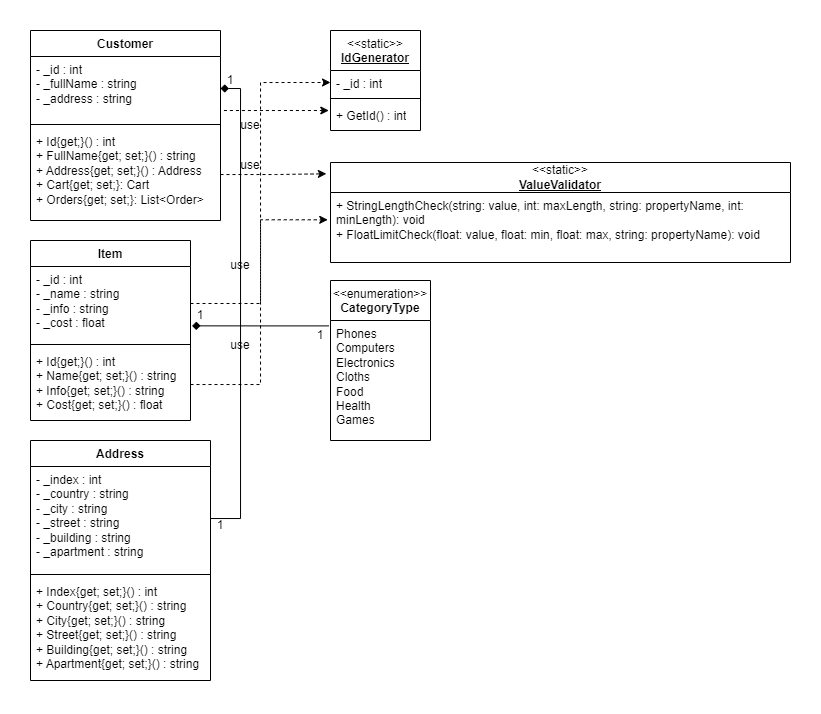
Before: oop-winform/Diagram.drawio.png, a diagram exported from draw.io (antoniocra04/oop-winform). Source tidied: cells renumbered, new cells last; positions are measured from the earlier drawing's top-left corner, leaving out a move shared by most shapes.
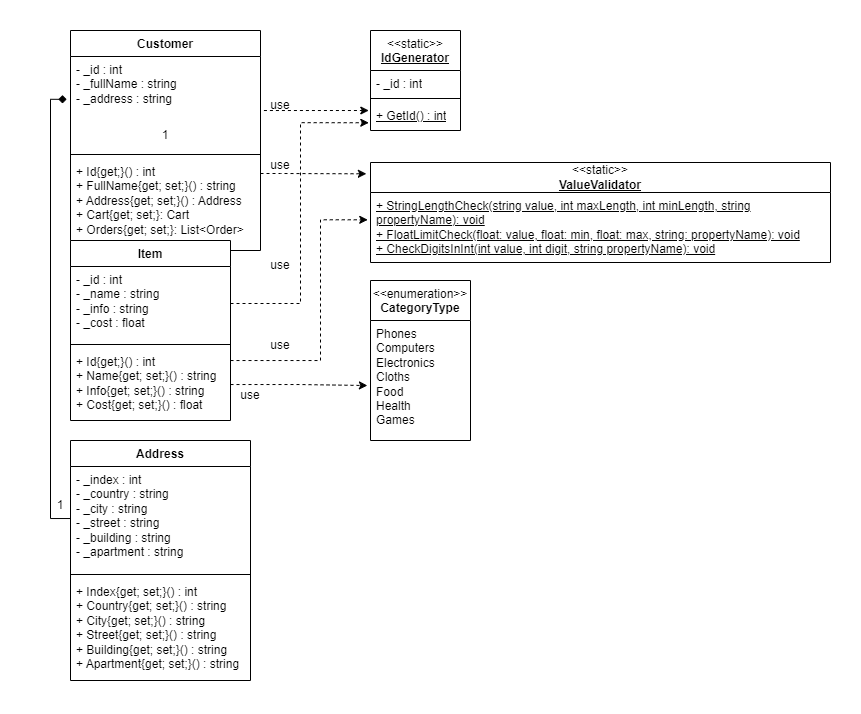
After the change.

Diff of the diagram source:
```diff
@@ -3,16 +3,19 @@
     <mxCell id="0" />
     <mxCell id="1" parent="0" />
     <mxCell id="2" value="Customer" style="swimlane;fontStyle=1;align=center;verticalAlign=top;horizontal=1;startSize=26;whiteSpace=wrap;html=1;" parent="1" vertex="1">
-      <mxGeometry width="190" height="190" as="geometry" />
+      <mxGeometry width="190" height="220" as="geometry" />
     </mxCell>
     <mxCell id="3" value="- _id : int&lt;br&gt;- _fullName : string&lt;br&gt;- _address : string" style="text;strokeColor=none;fillColor=none;align=left;verticalAlign=top;spacingLeft=4;spacingRight=4;overflow=hidden;points=[[0,0.5],[1,0.5]];portConstraint=eastwest;whiteSpace=wrap;html=1;" parent="2" vertex="1">
       <mxGeometry y="26" width="190" height="64" as="geometry" />
     </mxCell>
+    <mxCell id="34" value="1" style="text;html=1;align=center;verticalAlign=middle;whiteSpace=wrap;rounded=0;" parent="2" vertex="1">
+      <mxGeometry y="90" width="190" height="30" as="geometry" />
+    </mxCell>
     <mxCell id="4" style="line;strokeWidth=1;fillColor=none;align=left;verticalAlign=middle;spacingTop=-1;spacingLeft=3;spacingRight=3;labelPosition=right;strokeColor=inherit;" parent="2" vertex="1">
-      <mxGeometry y="90" width="190" height="8" as="geometry" />
+      <mxGeometry y="120" width="190" height="8" as="geometry" />
     </mxCell>
     <mxCell id="5" value="+ Id{get;}() : int&lt;br&gt;+ FullName{get; set;}() : string&lt;br&gt;+ Address{get; set;}() : Address&lt;div&gt;+ Cart{get; set;}: Cart&lt;/div&gt;&lt;div&gt;+ Orders{get; set;}: List&amp;lt;Order&amp;gt;&lt;/div&gt;" style="text;strokeColor=none;fillColor=none;align=left;verticalAlign=top;spacingLeft=4;spacingRight=4;overflow=hidden;points=[[0,0.5],[1,0.5]];portConstraint=eastwest;whiteSpace=wrap;html=1;" parent="2" vertex="1">
-      <mxGeometry y="98" width="190" height="92" as="geometry" />
+      <mxGeometry y="128" width="190" height="92" as="geometry" />
     </mxCell>
     <mxCell id="6" value="Item" style="swimlane;fontStyle=1;align=center;verticalAlign=top;horizontal=1;startSize=26;whiteSpace=wrap;html=1;" parent="1" vertex="1">
       <mxGeometry y="210" width="160" height="180" as="geometry" />
@@ -35,25 +38,35 @@
     <mxCell id="12" style="line;strokeWidth=1;fillColor=none;align=left;verticalAlign=middle;spacingTop=-1;spacingLeft=3;spacingRight=3;labelPosition=right;strokeColor=inherit;" parent="10" vertex="1">
       <mxGeometry y="64" width="90" height="8" as="geometry" />
     </mxCell>
-    <mxCell id="13" value="+ GetId() : int" style="text;strokeColor=none;fillColor=none;align=left;verticalAlign=top;spacingLeft=4;spacingRight=4;overflow=hidden;points=[[0,0.5],[1,0.5]];portConstraint=eastwest;whiteSpace=wrap;html=1;" parent="10" vertex="1">
+    <mxCell id="13" value="&lt;u&gt;+ GetId() : int&lt;/u&gt;" style="text;strokeColor=none;fillColor=none;align=left;verticalAlign=top;spacingLeft=4;spacingRight=4;overflow=hidden;points=[[0,0.5],[1,0.5]];portConstraint=eastwest;whiteSpace=wrap;html=1;" parent="10" vertex="1">
       <mxGeometry y="72" width="90" height="28" as="geometry" />
     </mxCell>
     <mxCell id="14" value="&amp;lt;&amp;lt;static&amp;gt;&amp;gt;&lt;br&gt;&lt;b&gt;&lt;u&gt;ValueValidator&lt;/u&gt;&lt;/b&gt;" style="swimlane;fontStyle=0;horizontal=1;startSize=30;fillColor=none;whiteSpace=wrap;html=1;" parent="1" vertex="1">
       <mxGeometry x="300" y="132" width="460" height="100" as="geometry" />
     </mxCell>
-    <mxCell id="15" value="&lt;div&gt;+ StringLengthCheck(string: value, int: maxLength, string: propertyName, int: minLength): void&lt;br&gt;&lt;/div&gt;&lt;div&gt;+ FloatLimitCheck(float: value, float: min, float: max, string: propertyName): void&lt;br&gt;&lt;/div&gt;&lt;div&gt;&lt;br&gt;&lt;/div&gt;" style="text;strokeColor=none;fillColor=none;align=left;verticalAlign=top;spacingLeft=4;spacingRight=4;overflow=hidden;points=[[0,0.5],[1,0.5]];portConstraint=eastwest;whiteSpace=wrap;html=1;" parent="14" vertex="1">
+    <mxCell id="15" value="&lt;div&gt;&lt;u&gt;+ StringLengthCheck(string value, int maxLength, int minLength, string propertyName): void&lt;br&gt;&lt;/u&gt;&lt;/div&gt;&lt;div&gt;&lt;u&gt;+ FloatLimitCheck(float: value, float: min, float: max, string: propertyName): void&lt;br&gt;&lt;/u&gt;&lt;/div&gt;&lt;div&gt;&lt;u&gt;+ CheckDigitsInInt(int value, int digit, string propertyName): void&lt;/u&gt;&lt;br&gt;&lt;/div&gt;" style="text;strokeColor=none;fillColor=none;align=left;verticalAlign=top;spacingLeft=4;spacingRight=4;overflow=hidden;points=[[0,0.5],[1,0.5]];portConstraint=eastwest;whiteSpace=wrap;html=1;" parent="14" vertex="1">
       <mxGeometry y="30" width="460" height="70" as="geometry" />
     </mxCell>
     <mxCell id="16" style="edgeStyle=orthogonalEdgeStyle;rounded=0;jettySize=auto;html=1;entryX=-0.019;entryY=0.286;entryDx=0;entryDy=0;entryPerimeter=0;dashed=1;exitX=1.018;exitY=0.844;exitDx=0;exitDy=0;exitPerimeter=0;" parent="1" edge="1" source="3" target="13">
       <mxGeometry relative="1" as="geometry" />
     </mxCell>
     <mxCell id="17" style="edgeStyle=orthogonalEdgeStyle;rounded=0;jettySize=auto;html=1;entryX=-0.009;entryY=0.113;entryDx=0;entryDy=0;entryPerimeter=0;dashed=1;" parent="1" edge="1" source="5" target="14">
-      <mxGeometry relative="1" as="geometry" />
+      <mxGeometry relative="1" as="geometry">
+        <Array as="points">
+          <mxPoint x="210" y="143" />
+          <mxPoint x="210" y="143" />
+        </Array>
+      </mxGeometry>
     </mxCell>
     <mxCell id="18" style="edgeStyle=orthogonalEdgeStyle;rounded=0;jettySize=auto;html=1;entryX=-0.006;entryY=0.39;entryDx=0;entryDy=0;entryPerimeter=0;dashed=1;" parent="1" edge="1" source="9" target="15">
-      <mxGeometry relative="1" as="geometry" />
+      <mxGeometry relative="1" as="geometry">
+        <Array as="points">
+          <mxPoint x="250" y="330" />
+          <mxPoint x="250" y="189" />
+        </Array>
+      </mxGeometry>
     </mxCell>
-    <mxCell id="19" style="edgeStyle=orthogonalEdgeStyle;rounded=0;jettySize=auto;html=1;entryX=0;entryY=0.5;entryDx=0;entryDy=0;dashed=1;" parent="1" edge="1" source="7" target="11">
+    <mxCell id="19" style="edgeStyle=orthogonalEdgeStyle;rounded=0;jettySize=auto;html=1;entryX=-0.019;entryY=0.723;entryDx=0;entryDy=0;dashed=1;entryPerimeter=0;" parent="1" edge="1" source="7" target="13">
       <mxGeometry relative="1" as="geometry" />
     </mxCell>
     <mxCell id="20" value="use" style="text;html=1;align=center;verticalAlign=middle;whiteSpace=wrap;rounded=0;" parent="1" vertex="1">
@@ -63,10 +76,10 @@
       <mxGeometry x="180" y="300" width="60" height="30" as="geometry" />
     </mxCell>
     <mxCell id="22" value="use" style="text;html=1;align=center;verticalAlign=middle;whiteSpace=wrap;rounded=0;" parent="1" vertex="1">
-      <mxGeometry x="190" y="80" width="60" height="30" as="geometry" />
+      <mxGeometry x="180" y="60" width="60" height="30" as="geometry" />
     </mxCell>
     <mxCell id="23" value="use" style="text;html=1;align=center;verticalAlign=middle;whiteSpace=wrap;rounded=0;" parent="1" vertex="1">
-      <mxGeometry x="190" y="120" width="60" height="30" as="geometry" />
+      <mxGeometry x="180" y="120" width="60" height="30" as="geometry" />
     </mxCell>
     <mxCell id="24" value="Address" style="swimlane;fontStyle=1;align=center;verticalAlign=top;horizontal=1;startSize=26;whiteSpace=wrap;html=1;" parent="1" vertex="1">
       <mxGeometry y="410" width="180" height="240" as="geometry" />
@@ -80,8 +93,13 @@
     <mxCell id="27" value="+ Index{get; set;}() : int&lt;br&gt;+ Country{get; set;}() : string&lt;br&gt;+ City{get; set;}() : string&lt;br&gt;&lt;div&gt;+ Street{get; set;}() : string&lt;/div&gt;&lt;div&gt;+ Building{get; set;}() : string&lt;/div&gt;&lt;div&gt;+ Apartment{get; set;}() : string&lt;/div&gt;" style="text;strokeColor=none;fillColor=none;align=left;verticalAlign=top;spacingLeft=4;spacingRight=4;overflow=hidden;whiteSpace=wrap;html=1;" parent="24" vertex="1">
       <mxGeometry y="138" width="180" height="102" as="geometry" />
     </mxCell>
-    <mxCell id="28" style="edgeStyle=orthogonalEdgeStyle;rounded=0;jettySize=auto;html=1;entryX=1;entryY=0.5;entryDx=0;entryDy=0;endArrow=diamond;endFill=1;" parent="1" edge="1" source="25" target="3">
-      <mxGeometry relative="1" as="geometry" />
+    <mxCell id="28" style="edgeStyle=orthogonalEdgeStyle;rounded=0;jettySize=auto;html=1;entryX=-0.02;entryY=0.669;entryDx=0;entryDy=0;endArrow=diamond;endFill=1;entryPerimeter=0;" parent="1" edge="1" source="25" target="3">
+      <mxGeometry relative="1" as="geometry">
+        <Array as="points">
+          <mxPoint x="-20" y="488" />
+          <mxPoint x="-20" y="69" />
+        </Array>
+      </mxGeometry>
     </mxCell>
     <mxCell id="29" value="&lt;span style=&quot;font-weight: normal;&quot;&gt;&amp;lt;&amp;lt;enumeration&amp;gt;&amp;gt;&lt;/span&gt;&lt;br&gt;CategoryType" style="swimlane;fontStyle=1;align=center;verticalAlign=top;horizontal=1;startSize=40;whiteSpace=wrap;html=1;" parent="1" vertex="1">
       <mxGeometry x="300" y="250" width="100" height="160" as="geometry" />
@@ -89,20 +107,14 @@
     <mxCell id="30" value="&lt;div&gt;Phones&lt;/div&gt;&lt;div&gt;Computers&lt;/div&gt;&lt;div&gt;Electronics&lt;/div&gt;&lt;div&gt;Cloths&lt;/div&gt;&lt;div&gt;Food&lt;/div&gt;&lt;div&gt;Health&lt;/div&gt;&lt;div&gt;Games&lt;br&gt;&lt;/div&gt;" style="text;strokeColor=none;fillColor=none;align=left;verticalAlign=top;spacingLeft=4;spacingRight=4;overflow=hidden;points=[[0,0.5],[1,0.5]];portConstraint=eastwest;whiteSpace=wrap;html=1;" parent="29" vertex="1">
       <mxGeometry y="40" width="100" height="120" as="geometry" />
     </mxCell>
-    <mxCell id="31" style="edgeStyle=orthogonalEdgeStyle;rounded=0;jettySize=auto;html=1;entryX=1.01;entryY=0.802;entryDx=0;entryDy=0;entryPerimeter=0;exitX=-0.018;exitY=0.045;exitDx=0;exitDy=0;exitPerimeter=0;endArrow=diamond;endFill=1;" parent="1" edge="1" source="30" target="7">
-      <mxGeometry relative="1" as="geometry" />
-    </mxCell>
-    <mxCell id="32" value="1" style="text;html=1;align=center;verticalAlign=middle;whiteSpace=wrap;rounded=0;" parent="1" vertex="1">
-      <mxGeometry x="140" y="270" width="60" height="30" as="geometry" />
-    </mxCell>
-    <mxCell id="33" value="1" style="text;html=1;align=center;verticalAlign=middle;whiteSpace=wrap;rounded=0;" parent="1" vertex="1">
-      <mxGeometry x="260" y="290" width="60" height="30" as="geometry" />
-    </mxCell>
-    <mxCell id="34" value="1" style="text;html=1;align=center;verticalAlign=middle;whiteSpace=wrap;rounded=0;" parent="1" vertex="1">
-      <mxGeometry x="170" y="35" width="60" height="30" as="geometry" />
-    </mxCell>
     <mxCell id="35" value="1" style="text;html=1;align=center;verticalAlign=middle;whiteSpace=wrap;rounded=0;" parent="1" vertex="1">
-      <mxGeometry x="160" y="480" width="60" height="30" as="geometry" />
+      <mxGeometry x="-40" y="460" width="60" height="30" as="geometry" />
     </mxCell>
+    <mxCell id="36" style="edgeStyle=orthogonalEdgeStyle;rounded=0;jettySize=auto;html=1;entryX=-0.031;entryY=0.542;entryDx=0;entryDy=0;entryPerimeter=0;dashed=1;" parent="1" edge="1" source="9" target="30">
+      <mxGeometry relative="1" as="geometry" />
+    </mxCell>
+    <mxCell id="37" value="use" style="text;html=1;align=center;verticalAlign=middle;whiteSpace=wrap;rounded=0;" parent="1" vertex="1">
+      <mxGeometry x="150" y="350" width="60" height="30" as="geometry" />
+    </mxCell>
   </root>
 </mxGraphModel>
```
